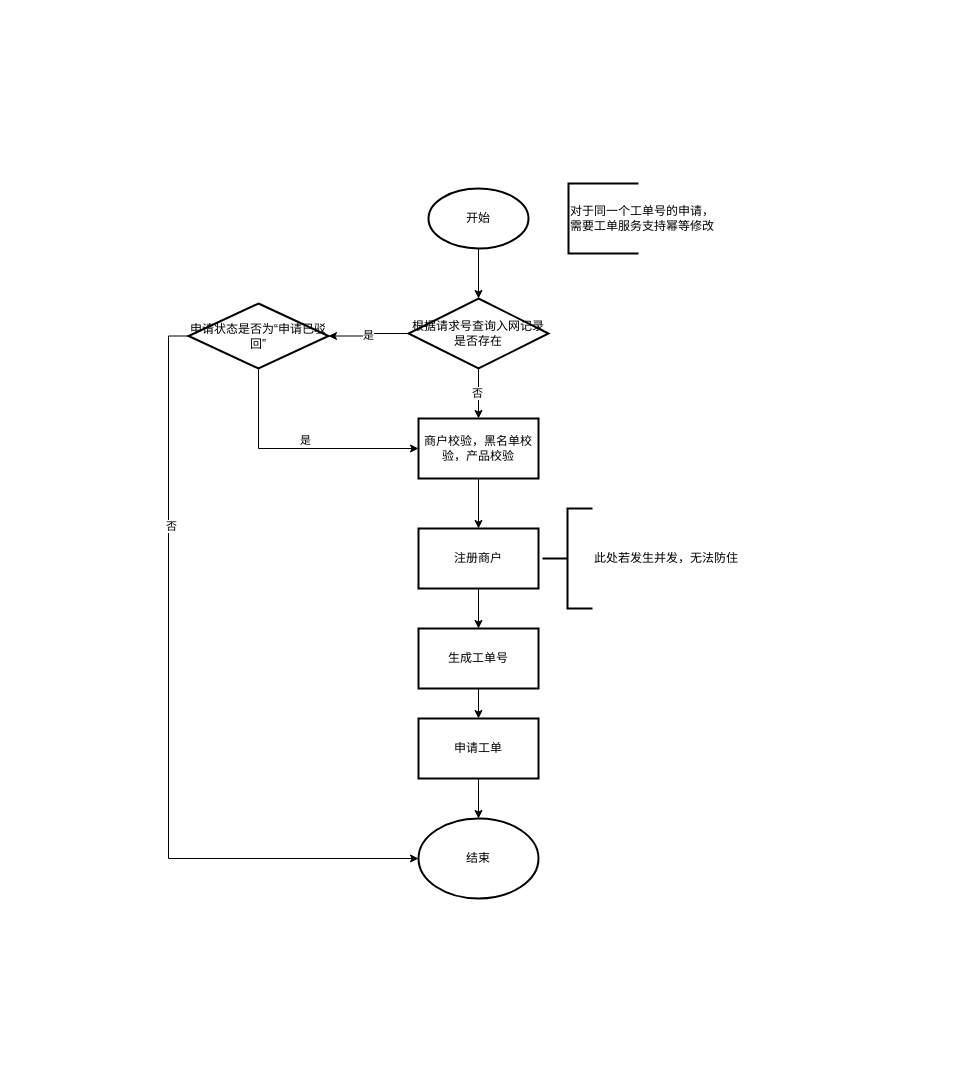
This is Untitled Diagram.drawio from fengyong7723131/work, a draw.io file, before an edit. Source tidied: cells renumbered, new cells numbered last; positions are measured from the earlier drawing's top-left corner, leaving out a move shared by most shapes. Both pictures are drawn from the tidied source at 100%, with x=0, y=0 at pixel (188, 183).
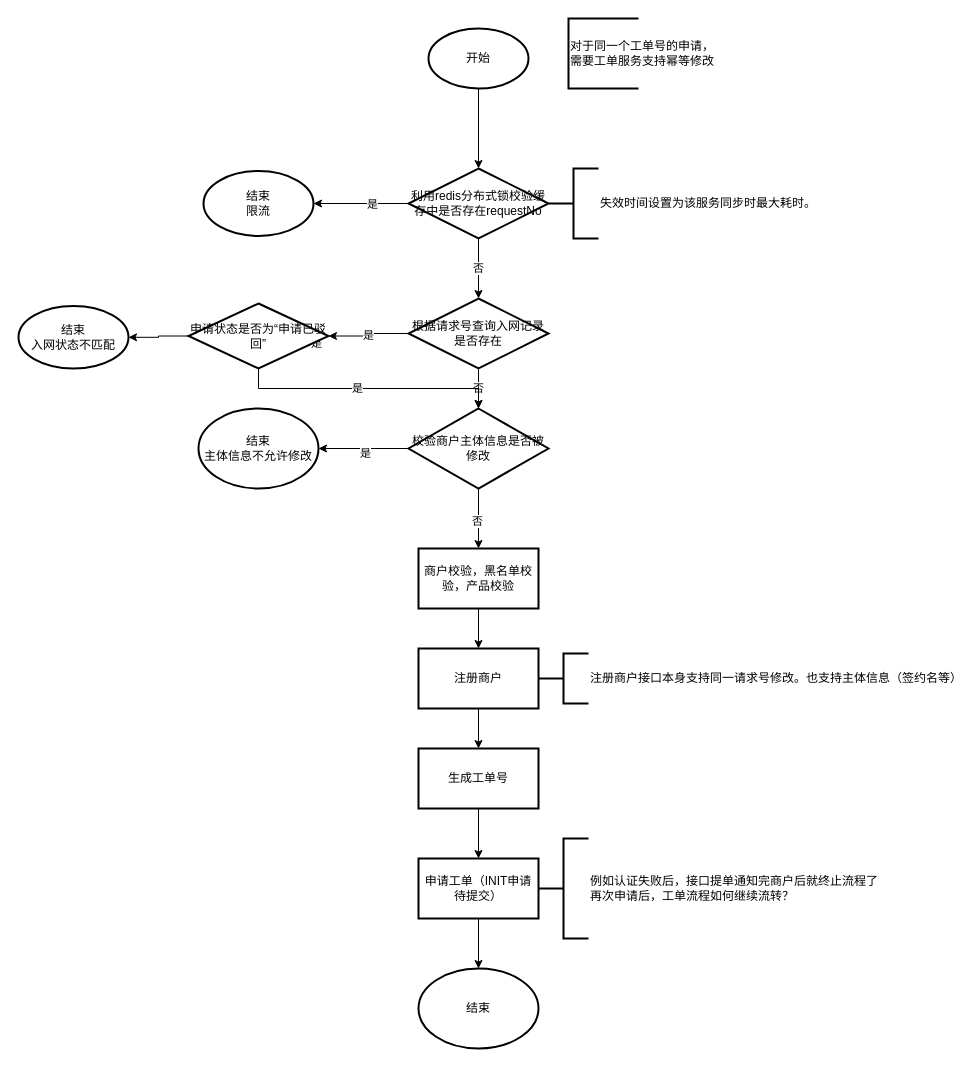
The same page after the edit.

Unchanged cells that the change refers to:
```xml
<mxCell id="17" value="根据请求号查询入网记录是否存在" style="strokeWidth=2;html=1;shape=mxgraph.flowchart.decision;whiteSpace=wrap;" parent="1" vertex="1">
  <mxGeometry x="220" y="115" width="140" height="70" as="geometry" />
</mxCell>
<mxCell id="23" value="申请状态是否为“申请已驳回”" style="strokeWidth=2;html=1;shape=mxgraph.flowchart.decision;whiteSpace=wrap;" parent="1" vertex="1">
  <mxGeometry y="120" width="140" height="65" as="geometry" />
</mxCell>
```

What changed in the source:
```diff
@@
-    <mxCell id="2" style="edgeStyle=orthogonalEdgeStyle;rounded=0;jettySize=auto;html=1;" parent="1" edge="1" source="3" target="17">
-      <mxGeometry relative="1" as="geometry" />
-    </mxCell>
+    <mxCell id="25" style="edgeStyle=orthogonalEdgeStyle;rounded=0;jettySize=auto;html=1;" parent="1" edge="1" source="3" target="32">
+      <mxGeometry relative="1" as="geometry" />
+    </mxCell>
     <mxCell id="3" value="开始" style="strokeWidth=2;html=1;shape=mxgraph.flowchart.start_1;whiteSpace=wrap;" parent="1" vertex="1">
-      <mxGeometry x="240" y="5" width="100" height="60" as="geometry" />
+      <mxGeometry x="240" y="-155" width="100" height="60" as="geometry" />
     </mxCell>
@@
     <mxCell id="5" value="商户校验，黑名单校验，产品校验" style="whiteSpace=wrap;html=1;strokeWidth=2;" parent="1" vertex="1">
-      <mxGeometry x="230" y="235" width="120" height="60" as="geometry" />
+      <mxGeometry x="230" y="365" width="120" height="60" as="geometry" />
     </mxCell>
@@
     <mxCell id="7" value="注册商户" style="whiteSpace=wrap;html=1;strokeWidth=2;" parent="1" vertex="1">
-      <mxGeometry x="230" y="345" width="120" height="60" as="geometry" />
+      <mxGeometry x="230" y="465" width="120" height="60" as="geometry" />
     </mxCell>
@@
     <mxCell id="9" value="生成工单号" style="whiteSpace=wrap;html=1;strokeWidth=2;" parent="1" vertex="1">
-      <mxGeometry x="230" y="445" width="120" height="60" as="geometry" />
+      <mxGeometry x="230" y="565" width="120" height="60" as="geometry" />
     </mxCell>
@@
-    <mxCell id="11" value="申请工单" style="whiteSpace=wrap;html=1;strokeWidth=2;" parent="1" vertex="1">
-      <mxGeometry x="230" y="535" width="120" height="60" as="geometry" />
+    <mxCell id="11" value="申请工单（INIT申请待提交）" style="whiteSpace=wrap;html=1;strokeWidth=2;" parent="1" vertex="1">
+      <mxGeometry x="230" y="675" width="120" height="60" as="geometry" />
     </mxCell>
     <mxCell id="12" value="结束" style="ellipse;whiteSpace=wrap;html=1;strokeWidth=2;" parent="1" vertex="1">
-      <mxGeometry x="230" y="635" width="120" height="80" as="geometry" />
+      <mxGeometry x="230" y="785" width="120" height="80" as="geometry" />
     </mxCell>
-    <mxCell id="13" style="edgeStyle=orthogonalEdgeStyle;rounded=0;jettySize=auto;html=1;" parent="1" edge="1" source="17" target="5">
-      <mxGeometry relative="1" as="geometry" />
-    </mxCell>
-    <mxCell id="14" value="否" style="edgeLabel;html=1;align=center;verticalAlign=middle;" parent="13" vertex="1">
-      <mxGeometry x="-0.03" y="-2" relative="1" as="geometry" />
-    </mxCell>
@@
+    <mxCell id="26" value="否" style="edgeStyle=orthogonalEdgeStyle;rounded=0;jettySize=auto;html=1;entryX=0.5;entryY=0;entryDx=0;entryDy=0;entryPerimeter=0;" parent="1" edge="1" source="17" target="41">
+      <mxGeometry relative="1" as="geometry" />
+    </mxCell>
@@
     <mxCell id="18" value="对于同一个工单号的申请，&lt;br&gt;需要工单服务支持幂等修改" style="strokeWidth=2;html=1;shape=mxgraph.flowchart.annotation_1;align=left;" parent="1" vertex="1">
-      <mxGeometry x="380" width="70" height="70" as="geometry" />
+      <mxGeometry x="380" y="-165" width="70" height="70" as="geometry" />
     </mxCell>
-    <mxCell id="19" style="edgeStyle=orthogonalEdgeStyle;rounded=0;jettySize=auto;html=1;exitX=0.5;exitY=1;exitDx=0;exitDy=0;exitPerimeter=0;entryX=0;entryY=0.5;entryDx=0;entryDy=0;" parent="1" edge="1" source="23" target="5">
+    <mxCell id="19" style="edgeStyle=orthogonalEdgeStyle;rounded=0;jettySize=auto;html=1;exitX=0.5;exitY=1;exitDx=0;exitDy=0;exitPerimeter=0;entryX=0.5;entryY=0;entryDx=0;entryDy=0;entryPerimeter=0;" parent="1" edge="1" source="23" target="41">
       <mxGeometry relative="1" as="geometry" />
     </mxCell>
@@
-    <mxCell id="21" style="edgeStyle=orthogonalEdgeStyle;rounded=0;jettySize=auto;html=1;exitX=0;exitY=0.5;exitDx=0;exitDy=0;exitPerimeter=0;entryX=0;entryY=0.5;entryDx=0;entryDy=0;" parent="1" edge="1" source="23" target="12">
-      <mxGeometry relative="1" as="geometry" />
-    </mxCell>
-    <mxCell id="22" value="否" style="edgeLabel;html=1;align=center;verticalAlign=middle;" parent="21" vertex="1">
-      <mxGeometry x="-0.47" y="2" relative="1" as="geometry" />
-    </mxCell>
+    <mxCell id="27" value="是" style="edgeLabel;html=1;align=center;verticalAlign=middle;" parent="19" vertex="1">
+      <mxGeometry x="-0.09" y="1" relative="1" as="geometry" />
+    </mxCell>
+    <mxCell id="28" style="edgeStyle=orthogonalEdgeStyle;rounded=0;jettySize=auto;html=1;" parent="1" edge="1" source="23" target="35">
+      <mxGeometry relative="1" as="geometry" />
+    </mxCell>
@@
-    <mxCell id="24" value="此处若发生并发，无法防住" style="strokeWidth=2;html=1;shape=mxgraph.flowchart.annotation_2;align=left;labelPosition=right;" parent="1" vertex="1">
-      <mxGeometry x="354" y="325" width="50" height="100" as="geometry" />
-    </mxCell>
+    <mxCell id="29" style="edgeStyle=orthogonalEdgeStyle;rounded=0;jettySize=auto;html=1;" parent="1" edge="1" source="32" target="34">
+      <mxGeometry relative="1" as="geometry" />
+    </mxCell>
+    <mxCell id="30" value="是" style="edgeLabel;html=1;align=center;verticalAlign=middle;" parent="29" vertex="1">
+      <mxGeometry x="-0.23" relative="1" as="geometry" />
+    </mxCell>
+    <mxCell id="31" value="否" style="edgeStyle=orthogonalEdgeStyle;rounded=0;jettySize=auto;html=1;entryX=0.5;entryY=0;entryDx=0;entryDy=0;entryPerimeter=0;" parent="1" edge="1" source="32" target="17">
+      <mxGeometry relative="1" as="geometry" />
+    </mxCell>
+    <mxCell id="32" value="利用redis分布式锁校验缓存中是否存在requestNo" style="strokeWidth=2;html=1;shape=mxgraph.flowchart.decision;whiteSpace=wrap;" parent="1" vertex="1">
+      <mxGeometry x="220" y="-15" width="140" height="70" as="geometry" />
+    </mxCell>
+    <mxCell id="33" value="失效时间设置为该服务同步时最大耗时。" style="strokeWidth=2;html=1;shape=mxgraph.flowchart.annotation_2;align=left;labelPosition=right;" parent="1" vertex="1">
+      <mxGeometry x="360" y="-15" width="50" height="70" as="geometry" />
+    </mxCell>
+    <mxCell id="34" value="结束&lt;br&gt;限流" style="ellipse;whiteSpace=wrap;html=1;strokeWidth=2;" parent="1" vertex="1">
+      <mxGeometry x="15" y="-12.5" width="110" height="65" as="geometry" />
+    </mxCell>
+    <mxCell id="35" value="结束&lt;br&gt;入网状态不匹配" style="ellipse;whiteSpace=wrap;html=1;strokeWidth=2;" parent="1" vertex="1">
+      <mxGeometry x="-170" y="122.5" width="110" height="62.5" as="geometry" />
+    </mxCell>
+    <mxCell id="36" value="注册商户接口本身支持同一请求号修改。也支持主体信息（签约名等）" style="strokeWidth=2;html=1;shape=mxgraph.flowchart.annotation_2;align=left;labelPosition=right;" parent="1" vertex="1">
+      <mxGeometry x="350" y="470" width="50" height="50" as="geometry" />
+    </mxCell>
+    <mxCell id="37" style="edgeStyle=orthogonalEdgeStyle;rounded=0;jettySize=auto;html=1;" parent="1" edge="1" source="41" target="42">
+      <mxGeometry relative="1" as="geometry" />
+    </mxCell>
+    <mxCell id="38" value="是" style="edgeLabel;html=1;align=center;verticalAlign=middle;" parent="37" vertex="1">
+      <mxGeometry x="-0.02" y="4" relative="1" as="geometry" />
+    </mxCell>
+    <mxCell id="39" style="edgeStyle=orthogonalEdgeStyle;rounded=0;jettySize=auto;html=1;" parent="1" edge="1" source="41" target="5">
+      <mxGeometry relative="1" as="geometry" />
+    </mxCell>
+    <mxCell id="40" value="否" style="edgeLabel;html=1;align=center;verticalAlign=middle;" parent="39" vertex="1">
+      <mxGeometry x="0.07" y="-2" relative="1" as="geometry" />
+    </mxCell>
+    <mxCell id="41" value="校验商户主体信息是否被修改" style="strokeWidth=2;html=1;shape=mxgraph.flowchart.decision;whiteSpace=wrap;" parent="1" vertex="1">
+      <mxGeometry x="220" y="225" width="140" height="80" as="geometry" />
+    </mxCell>
+    <mxCell id="42" value="结束&lt;br&gt;主体信息不允许修改" style="ellipse;whiteSpace=wrap;html=1;strokeWidth=2;" parent="1" vertex="1">
+      <mxGeometry x="10" y="225" width="120" height="80" as="geometry" />
+    </mxCell>
+    <mxCell id="43" value="例如认证失败后，接口提单通知完商户后就终止流程了&lt;br&gt;再次申请后，工单流程如何继续流转？" style="strokeWidth=2;html=1;shape=mxgraph.flowchart.annotation_2;align=left;labelPosition=right;" parent="1" vertex="1">
+      <mxGeometry x="350" y="655" width="50" height="100" as="geometry" />
+    </mxCell>
```
